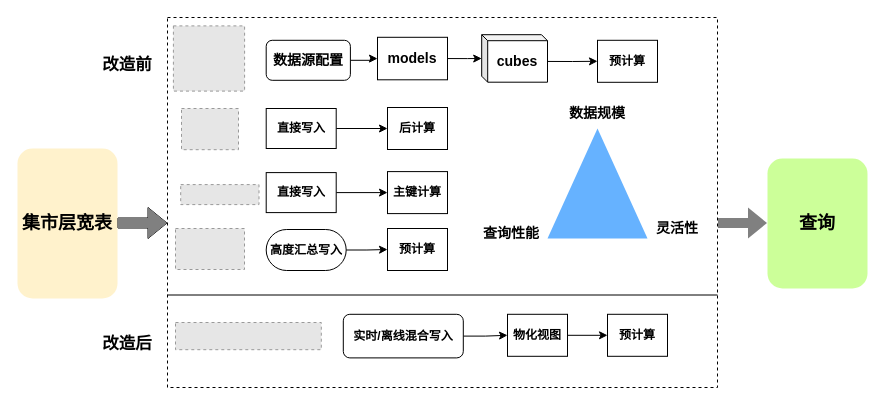
The draw.io diagram 集市层批流一体.drawio in mineminemine123/work-wiki, before the edit. Source tidied: cells renumbered, new cells numbered last; positions are measured from the earlier drawing's top-left corner, leaving out a move shared by most shapes. Both pictures are drawn from the tidied source at 100%, with x=0, y=0 at pixel (17, 17). Pictures stored in the file or linked from it are replaced by grey dashed boxes.
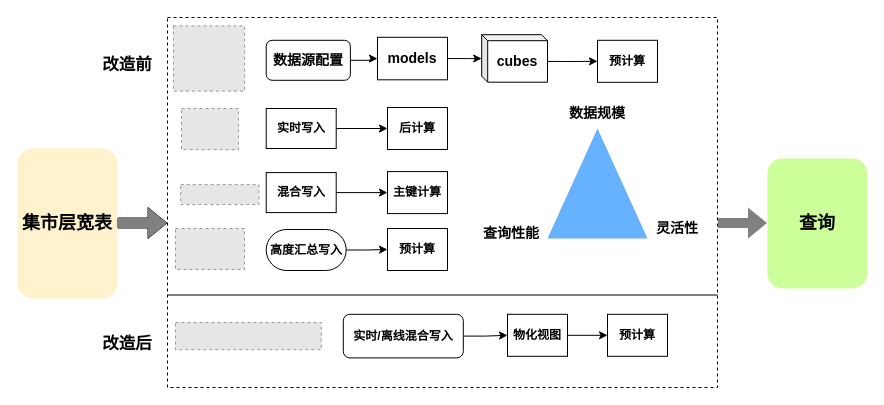
Above is the later version.

Commit message:
更新集市层批流一体.drawio

The edit, as a diff of the source:
```diff
@@
-    <mxCell id="13" value="&lt;h4&gt;直接写入&lt;/h4&gt;" style="rounded=1;whiteSpace=wrap;html=1;arcSize=0;" parent="1" vertex="1">
+    <mxCell id="13" value="&lt;h4&gt;实时写入&lt;/h4&gt;" style="rounded=1;whiteSpace=wrap;html=1;arcSize=0;" parent="1" vertex="1">
       <mxGeometry x="248.7" y="91" width="70" height="40" as="geometry" />
     </mxCell>
@@
-    <mxCell id="40" value="&lt;h4&gt;直接写入&lt;/h4&gt;" style="rounded=1;whiteSpace=wrap;html=1;arcSize=0;" parent="1" vertex="1">
+    <mxCell id="40" value="&lt;h4&gt;混合写入&lt;/h4&gt;" style="rounded=1;whiteSpace=wrap;html=1;arcSize=0;" parent="1" vertex="1">
       <mxGeometry x="248.7" y="155.1" width="70" height="40" as="geometry" />
     </mxCell>
```
